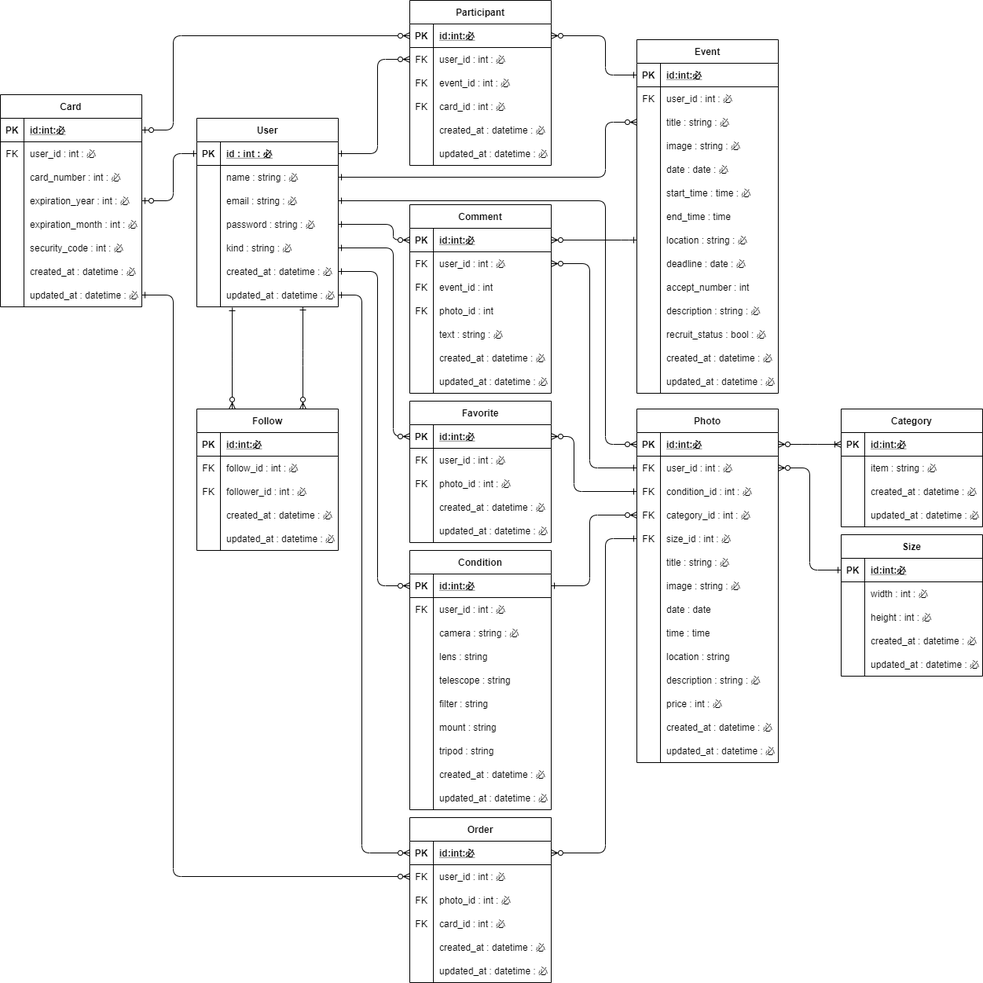
UtaSuzuki/astrogram keeps this draw.io diagram as outline/ERchart.png. Above is the earlier version. Source tidied: cells renumbered, new cells last; positions are measured from the earlier drawing's top-left corner, leaving out a move shared by most shapes.
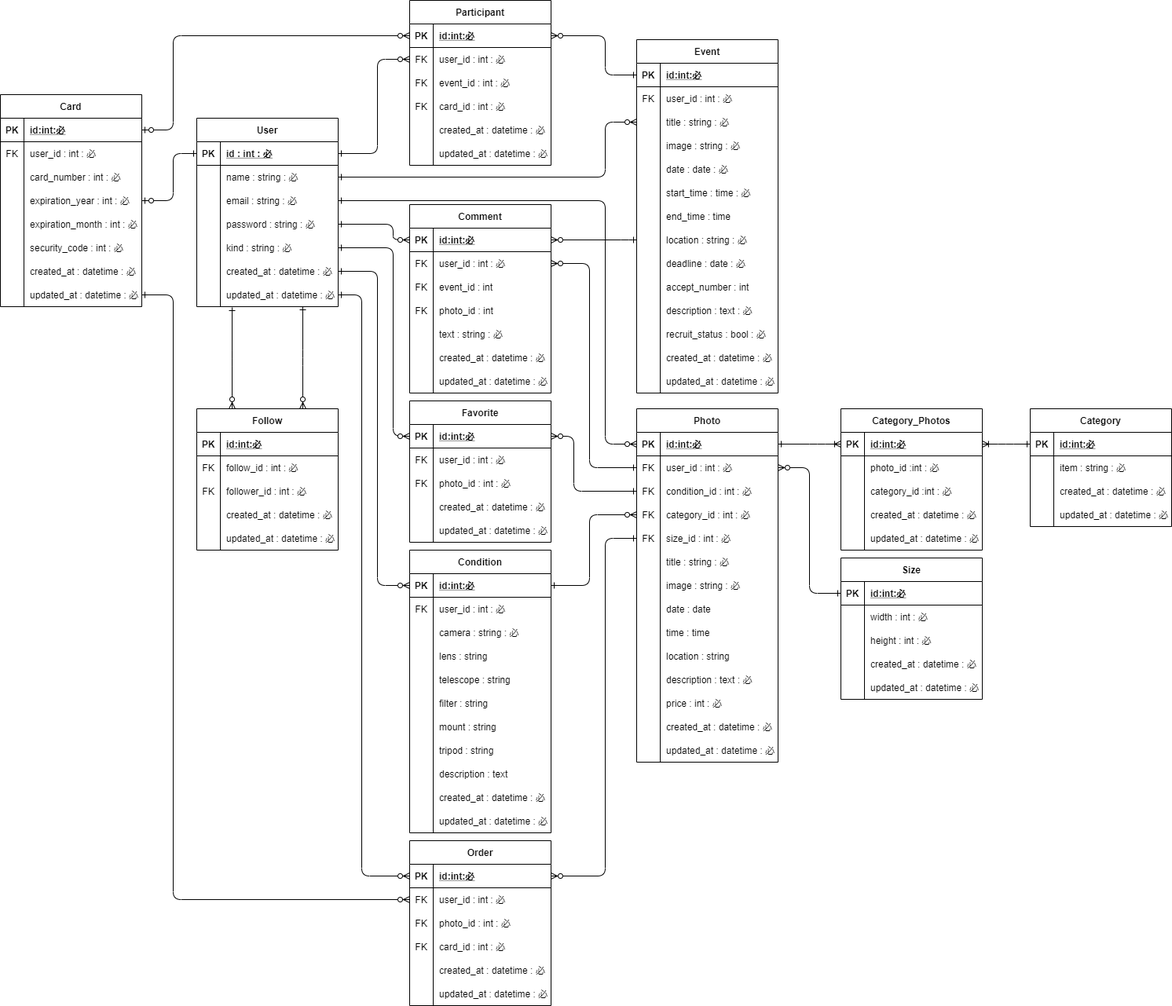
Above is the later version.

The edit, as a diff of the source:
```diff
@@ -69,7 +69,7 @@
       <mxGeometry x="30" width="150" height="30" as="geometry" />
     </mxCell>
     <mxCell id="24" value="Condition" style="shape=table;startSize=30;rowLines=0;fontStyle=1;align=center;" parent="1" vertex="1">
-      <mxGeometry x="521" y="700" width="180" height="330" as="geometry" />
+      <mxGeometry x="521" y="700" width="180" height="360" as="geometry" />
     </mxCell>
     <mxCell id="25" style="shape=partialRectangle;fillColor=none;top=0;left=0;bottom=1;right=0;points=[[0,0.5],[1,0.5]];portConstraint=eastwest;" parent="24" vertex="1">
       <mxGeometry y="30" width="180" height="30" as="geometry" />
@@ -143,8 +143,17 @@
     <mxCell id="48" value="tripod : string" style="shape=partialRectangle;fillColor=none;top=0;left=0;bottom=0;right=0;align=left;spacingLeft=6;overflow=hidden;" parent="46" vertex="1">
       <mxGeometry x="30" width="150" height="30" as="geometry" />
     </mxCell>
+    <mxCell id="307" style="shape=partialRectangle;fillColor=none;top=0;left=0;bottom=0;right=0;" parent="24" vertex="1">
+      <mxGeometry y="270" width="180" height="30" as="geometry" />
+    </mxCell>
+    <mxCell id="308" style="shape=partialRectangle;fillColor=none;top=0;left=0;bottom=0;right=0;overflow=hidden;" parent="307" vertex="1">
+      <mxGeometry width="30" height="30" as="geometry" />
+    </mxCell>
+    <mxCell id="309" value="description : text" style="shape=partialRectangle;fillColor=none;top=0;left=0;bottom=0;right=0;align=left;spacingLeft=6;overflow=hidden;" parent="307" vertex="1">
+      <mxGeometry x="30" width="150" height="30" as="geometry" />
+    </mxCell>
     <mxCell id="49" style="shape=partialRectangle;fillColor=none;top=0;left=0;bottom=0;right=0;" parent="24" vertex="1">
-      <mxGeometry y="270" width="180" height="30" as="geometry" />
+      <mxGeometry y="300" width="180" height="30" as="geometry" />
     </mxCell>
     <mxCell id="50" style="shape=partialRectangle;fillColor=none;top=0;left=0;bottom=0;right=0;overflow=hidden;" parent="49" vertex="1">
       <mxGeometry width="30" height="30" as="geometry" />
@@ -153,7 +162,7 @@
       <mxGeometry x="30" width="150" height="30" as="geometry" />
     </mxCell>
     <mxCell id="52" style="shape=partialRectangle;fillColor=none;top=0;left=0;bottom=0;right=0;" parent="24" vertex="1">
-      <mxGeometry y="300" width="180" height="30" as="geometry" />
+      <mxGeometry y="330" width="180" height="30" as="geometry" />
     </mxCell>
     <mxCell id="53" style="shape=partialRectangle;fillColor=none;top=0;left=0;bottom=0;right=0;overflow=hidden;" parent="52" vertex="1">
       <mxGeometry width="30" height="30" as="geometry" />
@@ -260,7 +269,7 @@
     <mxCell id="87" style="shape=partialRectangle;fillColor=none;top=0;left=0;bottom=0;right=0;overflow=hidden;" parent="86" vertex="1">
       <mxGeometry width="30" height="30" as="geometry" />
     </mxCell>
-    <mxCell id="88" value="description : string : 必" style="shape=partialRectangle;fillColor=none;top=0;left=0;bottom=0;right=0;align=left;spacingLeft=6;overflow=hidden;" parent="86" vertex="1">
+    <mxCell id="88" value="description : text : 必" style="shape=partialRectangle;fillColor=none;top=0;left=0;bottom=0;right=0;align=left;spacingLeft=6;overflow=hidden;" parent="86" vertex="1">
       <mxGeometry x="30" width="150" height="30" as="geometry" />
     </mxCell>
     <mxCell id="89" style="shape=partialRectangle;fillColor=none;top=0;left=0;bottom=0;right=0;" parent="55" vertex="1">
@@ -552,7 +561,7 @@
     <mxCell id="174" style="shape=partialRectangle;fillColor=none;top=0;left=0;bottom=0;right=0;overflow=hidden;" parent="173" vertex="1">
       <mxGeometry width="30" height="30" as="geometry" />
     </mxCell>
-    <mxCell id="175" value="description : string : 必" style="shape=partialRectangle;fillColor=none;top=0;left=0;bottom=0;right=0;align=left;spacingLeft=6;overflow=hidden;" parent="173" vertex="1">
+    <mxCell id="175" value="description : text : 必" style="shape=partialRectangle;fillColor=none;top=0;left=0;bottom=0;right=0;align=left;spacingLeft=6;overflow=hidden;" parent="173" vertex="1">
       <mxGeometry x="30" width="150" height="30" as="geometry" />
     </mxCell>
     <mxCell id="176" style="shape=partialRectangle;fillColor=none;top=0;left=0;bottom=0;right=0;" parent="142" vertex="1">
@@ -591,7 +600,7 @@
       </mxGeometry>
     </mxCell>
     <mxCell id="186" value="Order" style="shape=table;startSize=30;rowLines=0;fontStyle=1;align=center;" parent="1" vertex="1">
-      <mxGeometry x="521" y="1040" width="180" height="210" as="geometry" />
+      <mxGeometry x="521" y="1070" width="180" height="210" as="geometry" />
     </mxCell>
     <mxCell id="187" style="shape=partialRectangle;fillColor=none;top=0;left=0;bottom=1;right=0;points=[[0,0.5],[1,0.5]];portConstraint=eastwest;" parent="186" vertex="1">
       <mxGeometry y="30" width="180" height="30" as="geometry" />
@@ -889,7 +898,7 @@
       </mxGeometry>
     </mxCell>
     <mxCell id="274" value="Category" style="shape=table;startSize=30;rowLines=0;fontStyle=1;align=center;" parent="1" vertex="1">
-      <mxGeometry x="1070" y="520" width="180" height="150" as="geometry" />
+      <mxGeometry x="1311" y="520" width="180" height="150" as="geometry" />
     </mxCell>
     <mxCell id="275" style="shape=partialRectangle;fillColor=none;top=0;left=0;bottom=1;right=0;points=[[0,0.5],[1,0.5]];portConstraint=eastwest;" parent="274" vertex="1">
       <mxGeometry y="30" width="180" height="30" as="geometry" />
@@ -927,11 +936,16 @@
     <mxCell id="286" value="updated_at : datetime : 必" style="shape=partialRectangle;fillColor=none;top=0;left=0;bottom=0;right=0;align=left;spacingLeft=6;overflow=hidden;" parent="284" vertex="1">
       <mxGeometry x="30" width="150" height="30" as="geometry" />
     </mxCell>
-    <mxCell id="287" style="edgeStyle=elbowEdgeStyle;fontSize=12;html=1;endArrow=ERoneToMany;startArrow=ERzeroToMany;entryX=0;entryY=0.5;entryDx=0;entryDy=0;startFill=1;endFill=0;exitX=1;exitY=0.5;exitDx=0;exitDy=0;" parent="1" edge="1" source="143" target="275">
-      <mxGeometry relative="1" as="geometry" />
+    <mxCell id="287" style="edgeStyle=elbowEdgeStyle;fontSize=12;html=1;endArrow=ERone;startArrow=ERoneToMany;entryX=0;entryY=0.5;entryDx=0;entryDy=0;startFill=0;endFill=0;exitX=1;exitY=0.5;exitDx=0;exitDy=0;" parent="1" edge="1" source="311" target="275">
+      <mxGeometry relative="1" as="geometry">
+        <Array as="points">
+          <mxPoint x="1280" y="560" />
+          <mxPoint x="1280" y="480" />
+        </Array>
+      </mxGeometry>
     </mxCell>
     <mxCell id="288" value="Size" style="shape=table;startSize=30;rowLines=0;fontStyle=1;align=center;" parent="1" vertex="1">
-      <mxGeometry x="1070" y="680" width="180" height="180" as="geometry" />
+      <mxGeometry x="1070" y="710" width="180" height="180" as="geometry" />
     </mxCell>
     <mxCell id="289" style="shape=partialRectangle;fillColor=none;top=0;left=0;bottom=1;right=0;points=[[0,0.5],[1,0.5]];portConstraint=eastwest;" parent="288" vertex="1">
       <mxGeometry y="30" width="180" height="30" as="geometry" />
@@ -1004,5 +1018,61 @@
         </Array>
       </mxGeometry>
     </mxCell>
+    <mxCell id="310" value="Category_Photos" style="shape=table;startSize=30;rowLines=0;fontStyle=1;align=center;" parent="1" vertex="1">
+      <mxGeometry x="1070" y="520" width="180" height="180" as="geometry" />
+    </mxCell>
+    <mxCell id="311" style="shape=partialRectangle;fillColor=none;top=0;left=0;bottom=1;right=0;points=[[0,0.5],[1,0.5]];portConstraint=eastwest;" parent="310" vertex="1">
+      <mxGeometry y="30" width="180" height="30" as="geometry" />
+    </mxCell>
+    <mxCell id="312" value="PK" style="shape=partialRectangle;fillColor=none;top=0;left=0;bottom=0;right=0;fontStyle=1;overflow=hidden;" parent="311" vertex="1">
+      <mxGeometry width="30" height="30" as="geometry" />
+    </mxCell>
+    <mxCell id="313" value="id:int:必" style="shape=partialRectangle;fillColor=none;top=0;left=0;bottom=0;right=0;align=left;spacingLeft=6;fontStyle=5;overflow=hidden;" parent="311" vertex="1">
+      <mxGeometry x="30" width="150" height="30" as="geometry" />
+    </mxCell>
+    <mxCell id="314" style="shape=partialRectangle;fillColor=none;top=0;left=0;bottom=0;right=0;" parent="310" vertex="1">
+      <mxGeometry y="60" width="180" height="30" as="geometry" />
+    </mxCell>
+    <mxCell id="315" style="shape=partialRectangle;fillColor=none;top=0;left=0;bottom=0;right=0;overflow=hidden;" parent="314" vertex="1">
+      <mxGeometry width="30" height="30" as="geometry" />
+    </mxCell>
+    <mxCell id="316" value="photo_id :int : 必" style="shape=partialRectangle;fillColor=none;top=0;left=0;bottom=0;right=0;align=left;spacingLeft=6;overflow=hidden;" parent="314" vertex="1">
+      <mxGeometry x="30" width="150" height="30" as="geometry" />
+    </mxCell>
+    <mxCell id="317" style="shape=partialRectangle;fillColor=none;top=0;left=0;bottom=0;right=0;" parent="310" vertex="1">
+      <mxGeometry y="90" width="180" height="30" as="geometry" />
+    </mxCell>
+    <mxCell id="318" style="shape=partialRectangle;fillColor=none;top=0;left=0;bottom=0;right=0;overflow=hidden;" parent="317" vertex="1">
+      <mxGeometry width="30" height="30" as="geometry" />
+    </mxCell>
+    <mxCell id="319" value="category_id :int : 必" style="shape=partialRectangle;fillColor=none;top=0;left=0;bottom=0;right=0;align=left;spacingLeft=6;overflow=hidden;" parent="317" vertex="1">
+      <mxGeometry x="30" width="150" height="30" as="geometry" />
+    </mxCell>
+    <mxCell id="320" style="shape=partialRectangle;fillColor=none;top=0;left=0;bottom=0;right=0;" parent="310" vertex="1">
+      <mxGeometry y="120" width="180" height="30" as="geometry" />
+    </mxCell>
+    <mxCell id="321" style="shape=partialRectangle;fillColor=none;top=0;left=0;bottom=0;right=0;overflow=hidden;" parent="320" vertex="1">
+      <mxGeometry width="30" height="30" as="geometry" />
+    </mxCell>
+    <mxCell id="322" value="created_at : datetime : 必" style="shape=partialRectangle;fillColor=none;top=0;left=0;bottom=0;right=0;align=left;spacingLeft=6;overflow=hidden;" parent="320" vertex="1">
+      <mxGeometry x="30" width="150" height="30" as="geometry" />
+    </mxCell>
+    <mxCell id="323" style="shape=partialRectangle;fillColor=none;top=0;left=0;bottom=0;right=0;" parent="310" vertex="1">
+      <mxGeometry y="150" width="180" height="30" as="geometry" />
+    </mxCell>
+    <mxCell id="324" style="shape=partialRectangle;fillColor=none;top=0;left=0;bottom=0;right=0;overflow=hidden;" parent="323" vertex="1">
+      <mxGeometry width="30" height="30" as="geometry" />
+    </mxCell>
+    <mxCell id="325" value="updated_at : datetime : 必" style="shape=partialRectangle;fillColor=none;top=0;left=0;bottom=0;right=0;align=left;spacingLeft=6;overflow=hidden;" parent="323" vertex="1">
+      <mxGeometry x="30" width="150" height="30" as="geometry" />
+    </mxCell>
+    <mxCell id="326" style="edgeStyle=elbowEdgeStyle;fontSize=12;html=1;endArrow=ERoneToMany;startArrow=ERone;startFill=0;endFill=0;exitX=1;exitY=0.5;exitDx=0;exitDy=0;entryX=0;entryY=0.5;entryDx=0;entryDy=0;" parent="1" edge="1" source="143" target="311">
+      <mxGeometry relative="1" as="geometry">
+        <Array as="points">
+          <mxPoint x="1040" y="580" />
+          <mxPoint x="1290" y="490" />
+        </Array>
+      </mxGeometry>
+    </mxCell>
   </root>
 </mxGraphModel>
```
